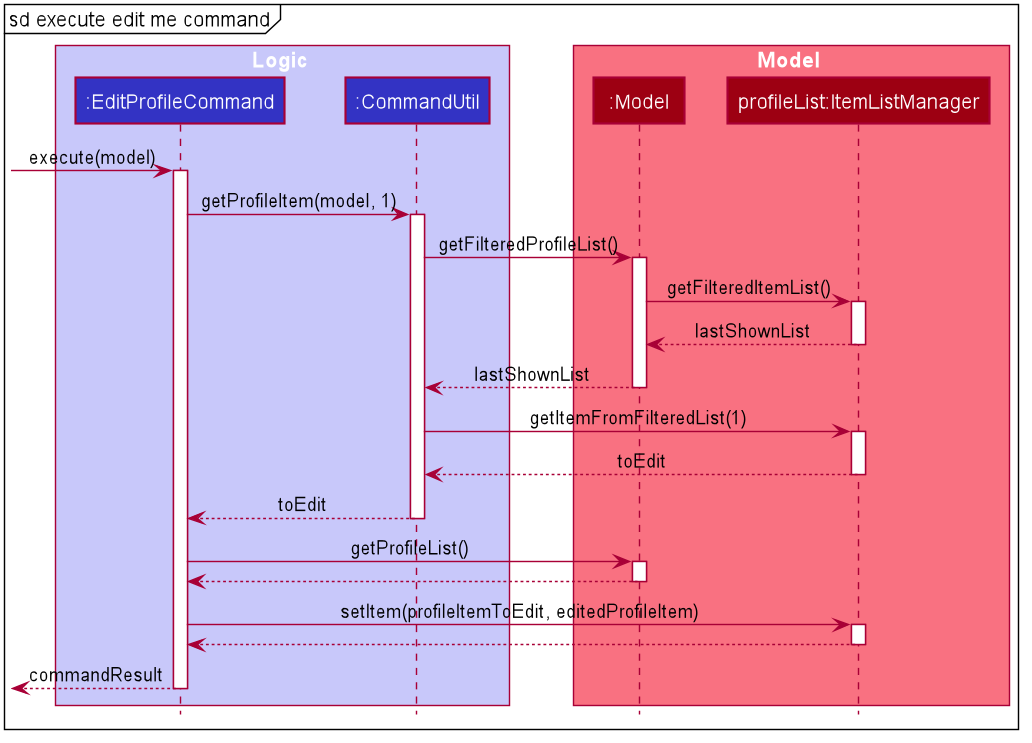
Before: docs/images/ExecuteEditMeCommandAlt.png, a diagram exported from PlantUML (shawn-nyk/tp).
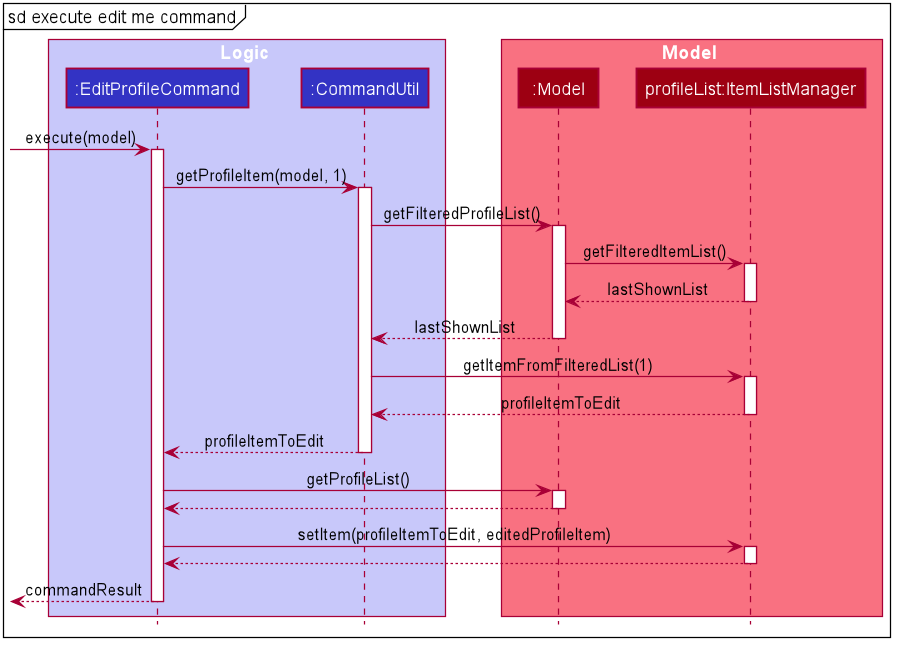
The same file after the commit.

Commit message:
Update Sequence diagram of alt edit command

Change to the diagram source:
```diff
@@ -82,11 +82,11 @@
 CommandUtil -> ItemListManager : getItemFromFilteredList(1)
 activate ItemListManager
 
-ItemListManager --> CommandUtil: toEdit
+ItemListManager --> CommandUtil: profileItemToEdit
 deactivate ItemListManager
 
 
-CommandUtil --> EditProfileCommand : toEdit
+CommandUtil --> EditProfileCommand : profileItemToEdit
 deactivate CommandUtil
 
 
```
